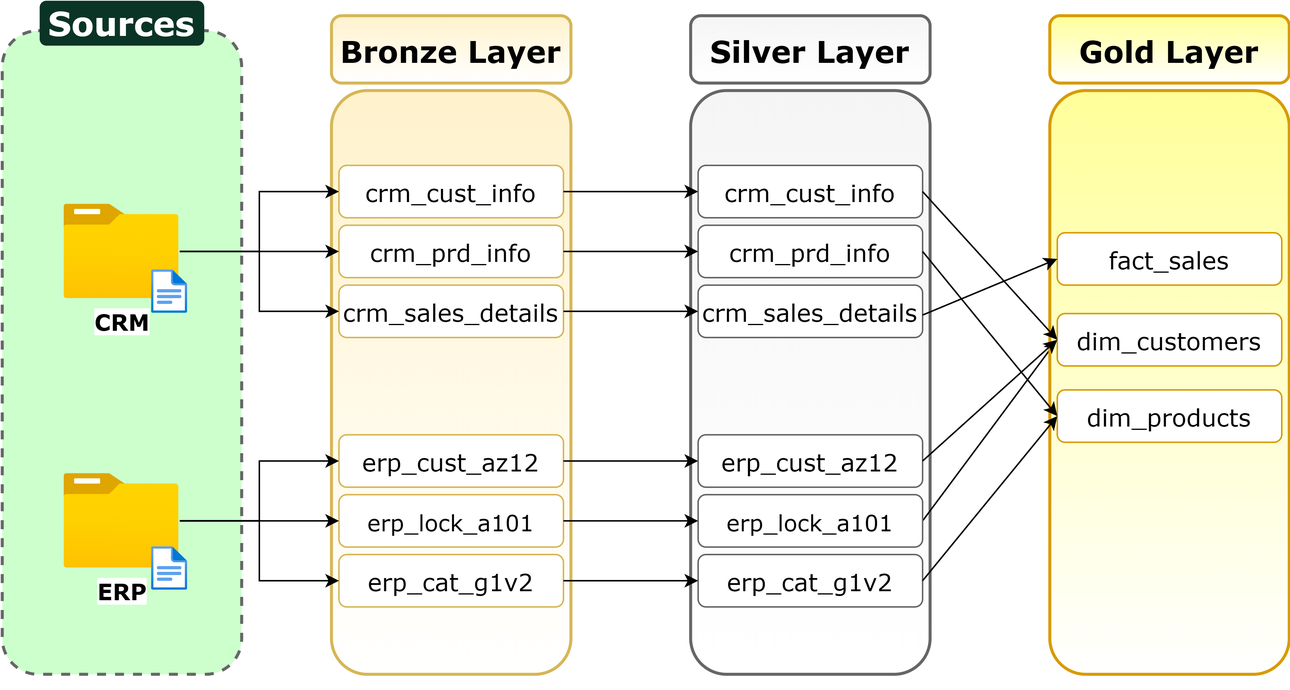
Before: docs/data_warehouse/data_flow_diagram(transparent).png, a diagram exported from draw.io (mmashoto/sql_data_warehouse_project). Source tidied: cells renumbered, new cells last; positions are measured from the earlier drawing's top-left corner, leaving out a move shared by most shapes. Its diagram source:
```xml
<mxGraphModel background="#FFFFFF">
  <root>
    <mxCell id="0" />
    <mxCell id="1" parent="0" />
    <mxCell id="2" style="rounded=1;whiteSpace=wrap;html=1;sketch=0;fontFamily=Verdana;fontSize=15;strokeColor=#666666;fillColor=#f5f5f5;fontColor=#000000;gradientColor=#ffffff;glass=0;strokeWidth=2;" parent="1" vertex="1">
      <mxGeometry x="460" y="60" width="160" height="390" as="geometry" />
    </mxCell>
    <mxCell id="3" style="rounded=1;whiteSpace=wrap;html=1;fontFamily=Verdana;fontSize=19;dashed=1;sketch=0;fillColor=#CCFFCC;fontColor=#000000;strokeColor=#666666;gradientDirection=west;strokeWidth=2;" parent="1" vertex="1">
      <mxGeometry y="20" width="160" height="430" as="geometry" />
    </mxCell>
    <mxCell id="4" value="&lt;font style=&quot;font-size: 22px&quot; color=&quot;#ffffff&quot;&gt;&lt;b&gt;Sources&lt;/b&gt;&lt;/font&gt;" style="rounded=1;whiteSpace=wrap;html=1;fontFamily=Verdana;fontSize=19;dashed=1;fillColor=#0A3425;fontColor=#000000;strokeColor=none;glass=0;" parent="1" vertex="1">
      <mxGeometry x="25" width="110" height="30" as="geometry" />
    </mxCell>
    <mxCell id="5" value="&lt;b&gt;&lt;font style=&quot;font-size: 15px&quot;&gt;CRM&lt;/font&gt;&lt;/b&gt;" style="html=1;points=[];align=center;image;fontSize=12;image=img/lib/azure2/general/Folder_Blank.svg;dashed=1;fontFamily=Verdana;fillColor=#f5f5f5;fontColor=#000000;strokeColor=#666666;" parent="1" vertex="1">
      <mxGeometry x="41.3" y="136.1" width="77.3" height="62.8" as="geometry" />
    </mxCell>
    <mxCell id="6" value="&lt;span style=&quot;font-size: 15px&quot;&gt;&lt;b&gt;ERP&lt;/b&gt;&lt;/span&gt;" style="html=1;points=[];align=center;image;fontSize=12;image=img/lib/azure2/general/Folder_Blank.svg;dashed=1;fontFamily=Verdana;fillColor=#f5f5f5;fontColor=#000000;strokeColor=#666666;" parent="1" vertex="1">
      <mxGeometry x="41.3" y="316.1" width="77.3" height="62.8" as="geometry" />
    </mxCell>
    <mxCell id="7" style="rounded=1;whiteSpace=wrap;html=1;sketch=0;fontFamily=Verdana;fontSize=15;strokeColor=#d6b656;fillColor=#fff2cc;gradientColor=#ffffff;glass=0;strokeWidth=2;" parent="1" vertex="1">
      <mxGeometry x="220" y="60" width="160" height="390" as="geometry" />
    </mxCell>
    <mxCell id="8" value="&lt;b&gt;&lt;font style=&quot;font-size: 20px&quot;&gt;Bronze Layer&lt;/font&gt;&lt;/b&gt;" style="rounded=1;whiteSpace=wrap;html=1;sketch=0;fontFamily=Verdana;fontSize=15;strokeColor=#d6b656;fillColor=#fff2cc;gradientColor=#ffffff;strokeWidth=2;" parent="1" vertex="1">
      <mxGeometry x="220" y="10" width="160" height="45" as="geometry" />
    </mxCell>
    <mxCell id="9" value="&lt;font style=&quot;font-size: 16px&quot;&gt;crm_cust_info&lt;/font&gt;" style="rounded=1;whiteSpace=wrap;html=1;sketch=0;fontFamily=Verdana;fontSize=15;strokeColor=#d6b656;fillColor=#FFFFFF;" parent="1" vertex="1">
      <mxGeometry x="225" y="110" width="150" height="35" as="geometry" />
    </mxCell>
    <mxCell id="10" value="&lt;span style=&quot;font-size: 16px&quot;&gt;crm_prd_info&lt;/span&gt;" style="rounded=1;whiteSpace=wrap;html=1;sketch=0;fontFamily=Verdana;fontSize=15;strokeColor=#d6b656;fillColor=#FFFFFF;" parent="1" vertex="1">
      <mxGeometry x="225" y="150" width="150" height="35" as="geometry" />
    </mxCell>
    <mxCell id="11" value="&lt;span style=&quot;font-size: 16px&quot;&gt;crm_sales_details&lt;/span&gt;" style="rounded=1;whiteSpace=wrap;html=1;sketch=0;fontFamily=Verdana;fontSize=15;strokeColor=#d6b656;fillColor=#FFFFFF;" parent="1" vertex="1">
      <mxGeometry x="225" y="190" width="150" height="35" as="geometry" />
    </mxCell>
    <mxCell id="12" value="&lt;span style=&quot;font-size: 16px&quot;&gt;erp_cust_az12&lt;/span&gt;" style="rounded=1;whiteSpace=wrap;html=1;sketch=0;fontFamily=Verdana;fontSize=15;strokeColor=#d6b656;fillColor=#FFFFFF;" parent="1" vertex="1">
      <mxGeometry x="225" y="290" width="150" height="35" as="geometry" />
    </mxCell>
    <mxCell id="13" value="erp_lock_a101" style="rounded=1;whiteSpace=wrap;html=1;sketch=0;fontFamily=Verdana;fontSize=15;strokeColor=#d6b656;fillColor=#FFFFFF;" parent="1" vertex="1">
      <mxGeometry x="225" y="330" width="150" height="35" as="geometry" />
    </mxCell>
    <mxCell id="14" value="&lt;span style=&quot;font-size: 16px&quot;&gt;erp_cat_g1v2&lt;/span&gt;" style="rounded=1;whiteSpace=wrap;html=1;sketch=0;fontFamily=Verdana;fontSize=15;strokeColor=#d6b656;fillColor=#FFFFFF;" parent="1" vertex="1">
      <mxGeometry x="225" y="370" width="150" height="35" as="geometry" />
    </mxCell>
    <mxCell id="15" style="edgeStyle=orthogonalEdgeStyle;rounded=0;jettySize=auto;html=1;fontFamily=Verdana;fontSize=16;" parent="1" edge="1" source="5" target="10">
      <mxGeometry relative="1" as="geometry" />
    </mxCell>
    <mxCell id="16" style="edgeStyle=orthogonalEdgeStyle;rounded=0;jettySize=auto;html=1;entryX=0;entryY=0.5;entryDx=0;entryDy=0;fontFamily=Verdana;fontSize=16;" parent="1" edge="1" source="5" target="9">
      <mxGeometry relative="1" as="geometry" />
    </mxCell>
    <mxCell id="17" style="edgeStyle=orthogonalEdgeStyle;rounded=0;jettySize=auto;html=1;entryX=0;entryY=0.5;entryDx=0;entryDy=0;fontFamily=Verdana;fontSize=16;" parent="1" edge="1" source="5" target="11">
      <mxGeometry relative="1" as="geometry" />
    </mxCell>
    <mxCell id="18" style="edgeStyle=orthogonalEdgeStyle;rounded=0;jettySize=auto;html=1;entryX=0;entryY=0.5;entryDx=0;entryDy=0;fontFamily=Verdana;fontSize=16;" parent="1" edge="1" source="6" target="13">
      <mxGeometry relative="1" as="geometry" />
    </mxCell>
    <mxCell id="19" style="edgeStyle=orthogonalEdgeStyle;rounded=0;jettySize=auto;html=1;fontFamily=Verdana;fontSize=16;entryX=0;entryY=0.5;entryDx=0;entryDy=0;" parent="1" edge="1" source="6" target="12">
      <mxGeometry relative="1" as="geometry" />
    </mxCell>
    <mxCell id="20" style="edgeStyle=orthogonalEdgeStyle;rounded=0;jettySize=auto;html=1;fontFamily=Verdana;fontSize=16;" parent="1" edge="1" source="6" target="14">
      <mxGeometry relative="1" as="geometry" />
    </mxCell>
    <mxCell id="21" value="&lt;b&gt;&lt;font style=&quot;font-size: 20px&quot;&gt;Silver Layer&lt;/font&gt;&lt;/b&gt;" style="rounded=1;whiteSpace=wrap;html=1;sketch=0;fontFamily=Verdana;fontSize=15;strokeColor=#666666;fillColor=#f5f5f5;fontColor=#000000;gradientColor=#ffffff;strokeWidth=2;" parent="1" vertex="1">
      <mxGeometry x="460" y="10" width="160" height="45" as="geometry" />
    </mxCell>
    <mxCell id="22" value="&lt;font style=&quot;font-size: 16px&quot;&gt;crm_cust_info&lt;/font&gt;" style="rounded=1;whiteSpace=wrap;html=1;sketch=0;fontFamily=Verdana;fontSize=15;strokeColor=#666666;fillColor=#FFFFFF;fontColor=#000000;" parent="1" vertex="1">
      <mxGeometry x="465" y="110" width="150" height="35" as="geometry" />
    </mxCell>
    <mxCell id="23" value="&lt;span style=&quot;font-size: 16px&quot;&gt;crm_prd_info&lt;/span&gt;" style="rounded=1;whiteSpace=wrap;html=1;sketch=0;fontFamily=Verdana;fontSize=15;strokeColor=#666666;fillColor=#FFFFFF;fontColor=#000000;" parent="1" vertex="1">
      <mxGeometry x="465" y="150" width="150" height="35" as="geometry" />
    </mxCell>
    <mxCell id="24" value="&lt;span style=&quot;font-size: 16px&quot;&gt;crm_sales_details&lt;/span&gt;" style="rounded=1;whiteSpace=wrap;html=1;sketch=0;fontFamily=Verdana;fontSize=15;strokeColor=#666666;fillColor=#FFFFFF;fontColor=#000000;" parent="1" vertex="1">
      <mxGeometry x="465" y="190" width="150" height="35" as="geometry" />
    </mxCell>
    <mxCell id="25" value="&lt;span style=&quot;font-size: 16px&quot;&gt;erp_cust_az12&lt;/span&gt;" style="rounded=1;whiteSpace=wrap;html=1;sketch=0;fontFamily=Verdana;fontSize=15;strokeColor=#666666;fillColor=#FFFFFF;fontColor=#000000;" parent="1" vertex="1">
      <mxGeometry x="465" y="290" width="150" height="35" as="geometry" />
    </mxCell>
    <mxCell id="26" style="rounded=0;jettySize=auto;html=1;exitX=1;exitY=0.5;exitDx=0;exitDy=0;entryX=0;entryY=0.5;entryDx=0;entryDy=0;fontSize=15;strokeColor=#000000;" parent="1" edge="1" source="27" target="32">
      <mxGeometry relative="1" as="geometry" />
    </mxCell>
    <mxCell id="27" value="erp_lock_a101" style="rounded=1;whiteSpace=wrap;html=1;sketch=0;fontFamily=Verdana;fontSize=15;strokeColor=#666666;fillColor=#FFFFFF;fontColor=#000000;" parent="1" vertex="1">
      <mxGeometry x="465" y="330" width="150" height="35" as="geometry" />
    </mxCell>
    <mxCell id="28" value="&lt;span style=&quot;font-size: 16px&quot;&gt;erp_cat_g1v2&lt;/span&gt;" style="rounded=1;whiteSpace=wrap;html=1;sketch=0;fontFamily=Verdana;fontSize=15;strokeColor=#666666;fillColor=#FFFFFF;fontColor=#000000;" parent="1" vertex="1">
      <mxGeometry x="465" y="370" width="150" height="35" as="geometry" />
    </mxCell>
    <mxCell id="29" style="rounded=1;whiteSpace=wrap;html=1;sketch=0;fontFamily=Verdana;fontSize=15;strokeColor=#d79b00;fillColor=#FFFF99;gradientColor=#ffffff;strokeWidth=2;" parent="1" vertex="1">
      <mxGeometry x="700" y="60" width="160" height="390" as="geometry" />
    </mxCell>
    <mxCell id="30" value="&lt;span style=&quot;font-size: 20px&quot;&gt;&lt;b&gt;Gold Layer&lt;/b&gt;&lt;/span&gt;" style="rounded=1;whiteSpace=wrap;html=1;sketch=0;fontFamily=Verdana;fontSize=15;strokeColor=#d79b00;fillColor=#FFFF99;gradientColor=#ffffff;strokeWidth=2;" parent="1" vertex="1">
      <mxGeometry x="700" y="10" width="160" height="45" as="geometry" />
    </mxCell>
    <mxCell id="31" value="&lt;span style=&quot;font-size: 16px&quot;&gt;fact_sales&lt;/span&gt;" style="rounded=1;whiteSpace=wrap;html=1;sketch=0;fontFamily=Verdana;fontSize=15;strokeColor=#d79b00;fillColor=#FFFFFF;" parent="1" vertex="1">
      <mxGeometry x="705" y="155" width="150" height="35" as="geometry" />
    </mxCell>
    <mxCell id="32" value="&lt;span style=&quot;font-size: 16px&quot;&gt;dim_customers&lt;/span&gt;" style="rounded=1;whiteSpace=wrap;html=1;sketch=0;fontFamily=Verdana;fontSize=15;strokeColor=#d79b00;fillColor=#FFFFFF;" parent="1" vertex="1">
      <mxGeometry x="705" y="209" width="150" height="35" as="geometry" />
    </mxCell>
    <mxCell id="33" value="&lt;span style=&quot;font-size: 16px&quot;&gt;dim_products&lt;/span&gt;" style="rounded=1;whiteSpace=wrap;html=1;sketch=0;fontFamily=Verdana;fontSize=15;strokeColor=#d79b00;fillColor=#FFFFFF;" parent="1" vertex="1">
      <mxGeometry x="705" y="260" width="150" height="35" as="geometry" />
    </mxCell>
    <mxCell id="34" style="edgeStyle=orthogonalEdgeStyle;rounded=0;sketch=0;jettySize=auto;html=1;entryX=0;entryY=0.5;entryDx=0;entryDy=0;" parent="1" edge="1" source="9" target="22">
      <mxGeometry relative="1" as="geometry" />
    </mxCell>
    <mxCell id="35" style="edgeStyle=orthogonalEdgeStyle;rounded=0;sketch=0;jettySize=auto;html=1;entryX=0;entryY=0.5;entryDx=0;entryDy=0;" parent="1" edge="1" source="10" target="23">
      <mxGeometry relative="1" as="geometry" />
    </mxCell>
    <mxCell id="36" style="edgeStyle=orthogonalEdgeStyle;rounded=0;sketch=0;jettySize=auto;html=1;entryX=0;entryY=0.5;entryDx=0;entryDy=0;" parent="1" edge="1" source="11" target="24">
      <mxGeometry relative="1" as="geometry" />
    </mxCell>
    <mxCell id="37" style="edgeStyle=orthogonalEdgeStyle;rounded=0;sketch=0;jettySize=auto;html=1;entryX=0;entryY=0.5;entryDx=0;entryDy=0;" parent="1" edge="1" source="12" target="25">
      <mxGeometry relative="1" as="geometry" />
    </mxCell>
    <mxCell id="38" style="edgeStyle=orthogonalEdgeStyle;rounded=0;sketch=0;jettySize=auto;html=1;exitX=1;exitY=0.5;exitDx=0;exitDy=0;entryX=0;entryY=0.5;entryDx=0;entryDy=0;" parent="1" edge="1" source="13" target="27">
      <mxGeometry relative="1" as="geometry" />
    </mxCell>
    <mxCell id="39" style="edgeStyle=orthogonalEdgeStyle;rounded=0;sketch=0;jettySize=auto;html=1;entryX=0;entryY=0.5;entryDx=0;entryDy=0;" parent="1" edge="1" source="14" target="28">
      <mxGeometry relative="1" as="geometry" />
    </mxCell>
    <mxCell id="40" style="html=1;align=center;image;fontSize=12;image=img/lib/azure2/general/File.svg;dashed=1;sketch=1;fillColor=#FFFF99;fontColor=#000000;" parent="1" vertex="1">
      <mxGeometry x="100" y="180" width="23.5" height="29" as="geometry" />
    </mxCell>
    <mxCell id="41" style="html=1;align=center;image;fontSize=12;image=img/lib/azure2/general/File.svg;dashed=1;sketch=1;fillColor=#FFFF99;fontColor=#000000;" parent="1" vertex="1">
      <mxGeometry x="100" y="365" width="23.5" height="29" as="geometry" />
    </mxCell>
    <mxCell id="42" value="&lt;font color=&quot;#ffffff&quot;&gt;.&lt;/font&gt;" style="text;html=1;strokeColor=none;fillColor=none;align=center;verticalAlign=middle;whiteSpace=wrap;rounded=0;dashed=1;sketch=1;" parent="1" vertex="1">
      <mxGeometry x="340" y="430" width="60" height="30" as="geometry" />
    </mxCell>
    <mxCell id="43" style="edgeStyle=none;rounded=0;jettySize=auto;html=1;fontSize=15;entryX=0;entryY=0.5;entryDx=0;entryDy=0;exitX=1;exitY=0.5;exitDx=0;exitDy=0;strokeColor=#000000;" parent="1" edge="1" source="22" target="32">
      <mxGeometry relative="1" as="geometry" />
    </mxCell>
    <mxCell id="44" style="rounded=0;jettySize=auto;html=1;entryX=0;entryY=0.5;entryDx=0;entryDy=0;fontSize=15;exitX=1;exitY=0.5;exitDx=0;exitDy=0;strokeColor=#000000;" parent="1" edge="1" source="28" target="33">
      <mxGeometry relative="1" as="geometry" />
    </mxCell>
    <mxCell id="45" style="edgeStyle=none;rounded=0;jettySize=auto;html=1;exitX=1;exitY=0.5;exitDx=0;exitDy=0;fontSize=15;entryX=0;entryY=0.5;entryDx=0;entryDy=0;strokeColor=#000000;" parent="1" edge="1" source="25" target="32">
      <mxGeometry relative="1" as="geometry" />
    </mxCell>
    <mxCell id="46" style="rounded=0;jettySize=auto;html=1;fontSize=15;entryX=0;entryY=0.5;entryDx=0;entryDy=0;exitX=1;exitY=0.571;exitDx=0;exitDy=0;exitPerimeter=0;fillColor=#fff2cc;strokeColor=#000000;" parent="1" edge="1" source="24" target="31">
      <mxGeometry relative="1" as="geometry" />
    </mxCell>
    <mxCell id="47" style="rounded=0;jettySize=auto;html=1;fontSize=15;entryX=0;entryY=0.5;entryDx=0;entryDy=0;exitX=1;exitY=0.5;exitDx=0;exitDy=0;strokeColor=#000000;" parent="1" edge="1" source="23" target="33">
      <mxGeometry relative="1" as="geometry" />
    </mxCell>
  </root>
</mxGraphModel>
```
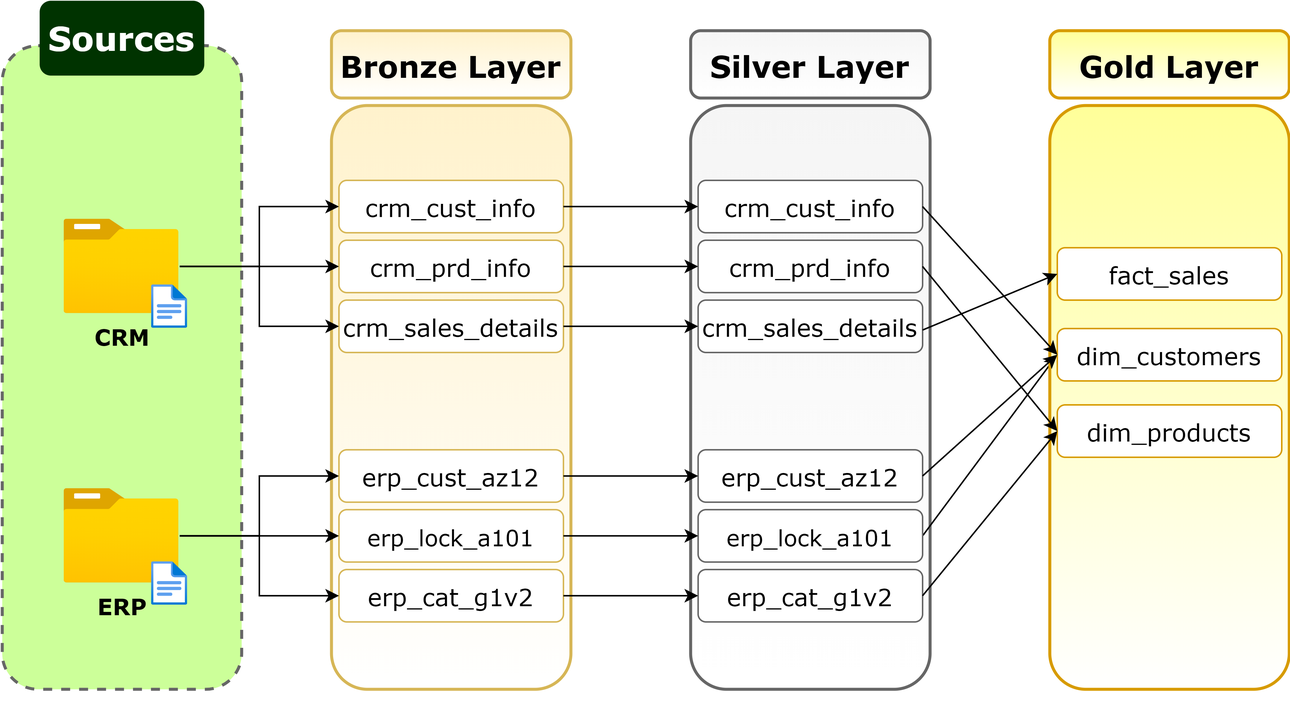
Later version of the same file.

Change to the diagram source:
```diff
@@ -5,16 +5,16 @@
     <mxCell id="2" style="rounded=1;whiteSpace=wrap;html=1;sketch=0;fontFamily=Verdana;fontSize=15;strokeColor=#666666;fillColor=#f5f5f5;fontColor=#000000;gradientColor=#ffffff;glass=0;strokeWidth=2;" parent="1" vertex="1">
       <mxGeometry x="460" y="60" width="160" height="390" as="geometry" />
     </mxCell>
-    <mxCell id="3" style="rounded=1;whiteSpace=wrap;html=1;fontFamily=Verdana;fontSize=19;dashed=1;sketch=0;fillColor=#CCFFCC;fontColor=#000000;strokeColor=#666666;gradientDirection=west;strokeWidth=2;" parent="1" vertex="1">
+    <mxCell id="3" style="rounded=1;whiteSpace=wrap;html=1;fontFamily=Verdana;fontSize=19;dashed=1;sketch=0;fillColor=#CCFF99;fontColor=#000000;strokeColor=#666666;gradientDirection=west;strokeWidth=2;" parent="1" vertex="1">
       <mxGeometry y="20" width="160" height="430" as="geometry" />
     </mxCell>
-    <mxCell id="4" value="&lt;font style=&quot;font-size: 22px&quot; color=&quot;#ffffff&quot;&gt;&lt;b&gt;Sources&lt;/b&gt;&lt;/font&gt;" style="rounded=1;whiteSpace=wrap;html=1;fontFamily=Verdana;fontSize=19;dashed=1;fillColor=#0A3425;fontColor=#000000;strokeColor=none;glass=0;" parent="1" vertex="1">
-      <mxGeometry x="25" width="110" height="30" as="geometry" />
+    <mxCell id="4" value="&lt;font style=&quot;font-size: 22px&quot; color=&quot;#ffffff&quot;&gt;&lt;b&gt;Sources&lt;/b&gt;&lt;/font&gt;" style="rounded=1;whiteSpace=wrap;html=1;fontFamily=Verdana;fontSize=19;dashed=1;fillColor=#003300;fontColor=#000000;strokeColor=none;glass=0;" parent="1" vertex="1">
+      <mxGeometry x="25" y="-10" width="110" height="50" as="geometry" />
     </mxCell>
-    <mxCell id="5" value="&lt;b&gt;&lt;font style=&quot;font-size: 15px&quot;&gt;CRM&lt;/font&gt;&lt;/b&gt;" style="html=1;points=[];align=center;image;fontSize=12;image=img/lib/azure2/general/Folder_Blank.svg;dashed=1;fontFamily=Verdana;fillColor=#f5f5f5;fontColor=#000000;strokeColor=#666666;" parent="1" vertex="1">
+    <mxCell id="5" value="&lt;b&gt;&lt;font style=&quot;font-size: 15px&quot;&gt;CRM&lt;/font&gt;&lt;/b&gt;" style="html=1;points=[];align=center;image;fontSize=12;image=img/lib/azure2/general/Folder_Blank.svg;dashed=1;fontFamily=Verdana;fillColor=#f5f5f5;fontColor=#000000;strokeColor=#666666;labelBackgroundColor=none;" parent="1" vertex="1">
       <mxGeometry x="41.3" y="136.1" width="77.3" height="62.8" as="geometry" />
     </mxCell>
-    <mxCell id="6" value="&lt;span style=&quot;font-size: 15px&quot;&gt;&lt;b&gt;ERP&lt;/b&gt;&lt;/span&gt;" style="html=1;points=[];align=center;image;fontSize=12;image=img/lib/azure2/general/Folder_Blank.svg;dashed=1;fontFamily=Verdana;fillColor=#f5f5f5;fontColor=#000000;strokeColor=#666666;" parent="1" vertex="1">
+    <mxCell id="6" value="&lt;span style=&quot;font-size: 15px&quot;&gt;&lt;b&gt;ERP&lt;/b&gt;&lt;/span&gt;" style="html=1;points=[];align=center;image;fontSize=12;image=img/lib/azure2/general/Folder_Blank.svg;dashed=1;fontFamily=Verdana;fillColor=#f5f5f5;fontColor=#000000;strokeColor=#666666;labelBackgroundColor=none;" parent="1" vertex="1">
       <mxGeometry x="41.3" y="316.1" width="77.3" height="62.8" as="geometry" />
     </mxCell>
     <mxCell id="7" style="rounded=1;whiteSpace=wrap;html=1;sketch=0;fontFamily=Verdana;fontSize=15;strokeColor=#d6b656;fillColor=#fff2cc;gradientColor=#ffffff;glass=0;strokeWidth=2;" parent="1" vertex="1">
```
